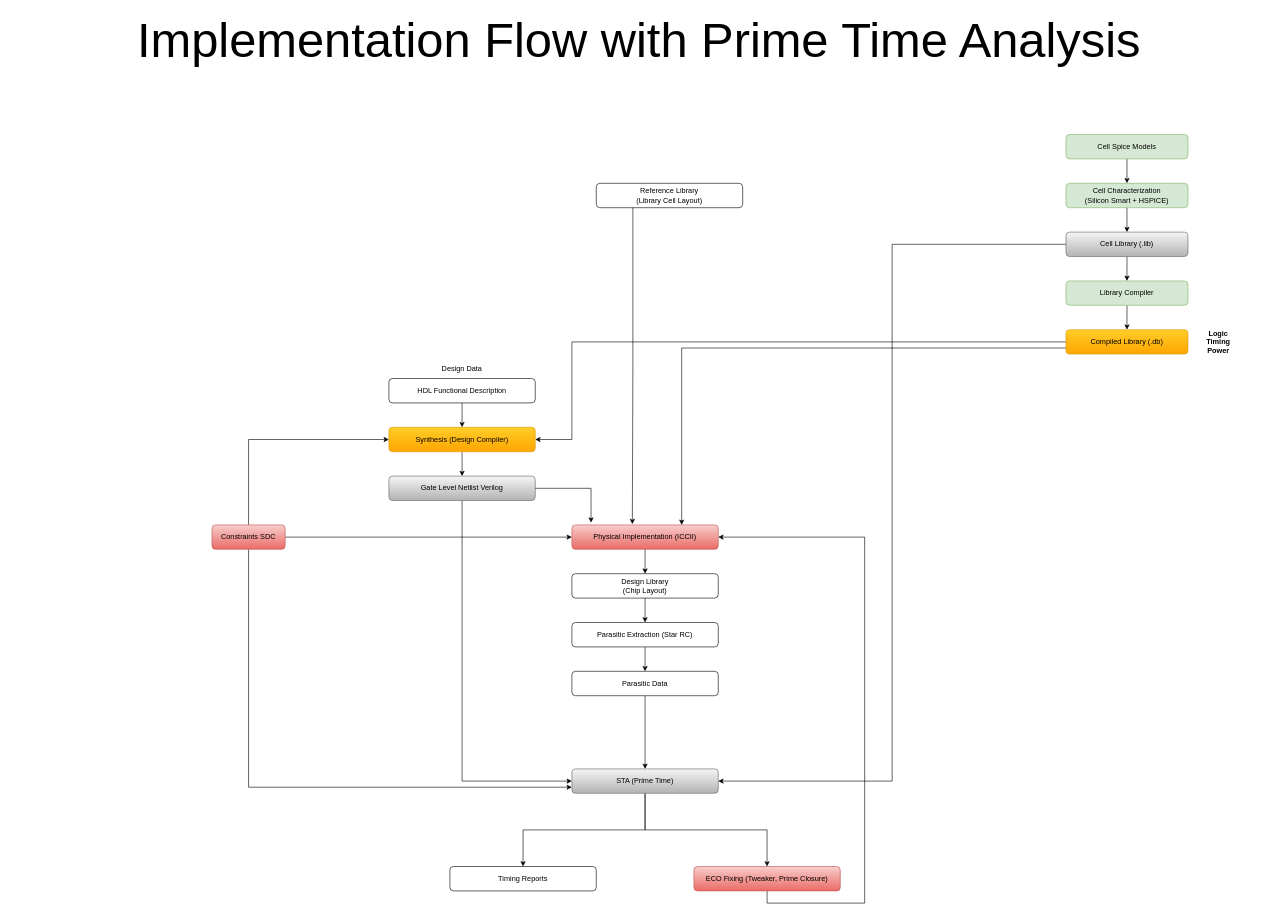
Earlier version of the draw.io diagram Implementation Flow with Prime Time Analysis.drawio (T-Maharshi-Sanand-Yadav/draw.io). Source tidied: cells renumbered, new cells numbered last; positions are measured from the earlier drawing's top-left corner, leaving out a move shared by most shapes. Both pictures are drawn from the tidied source at 61%, with x=0, y=0 at pixel (10, 30).
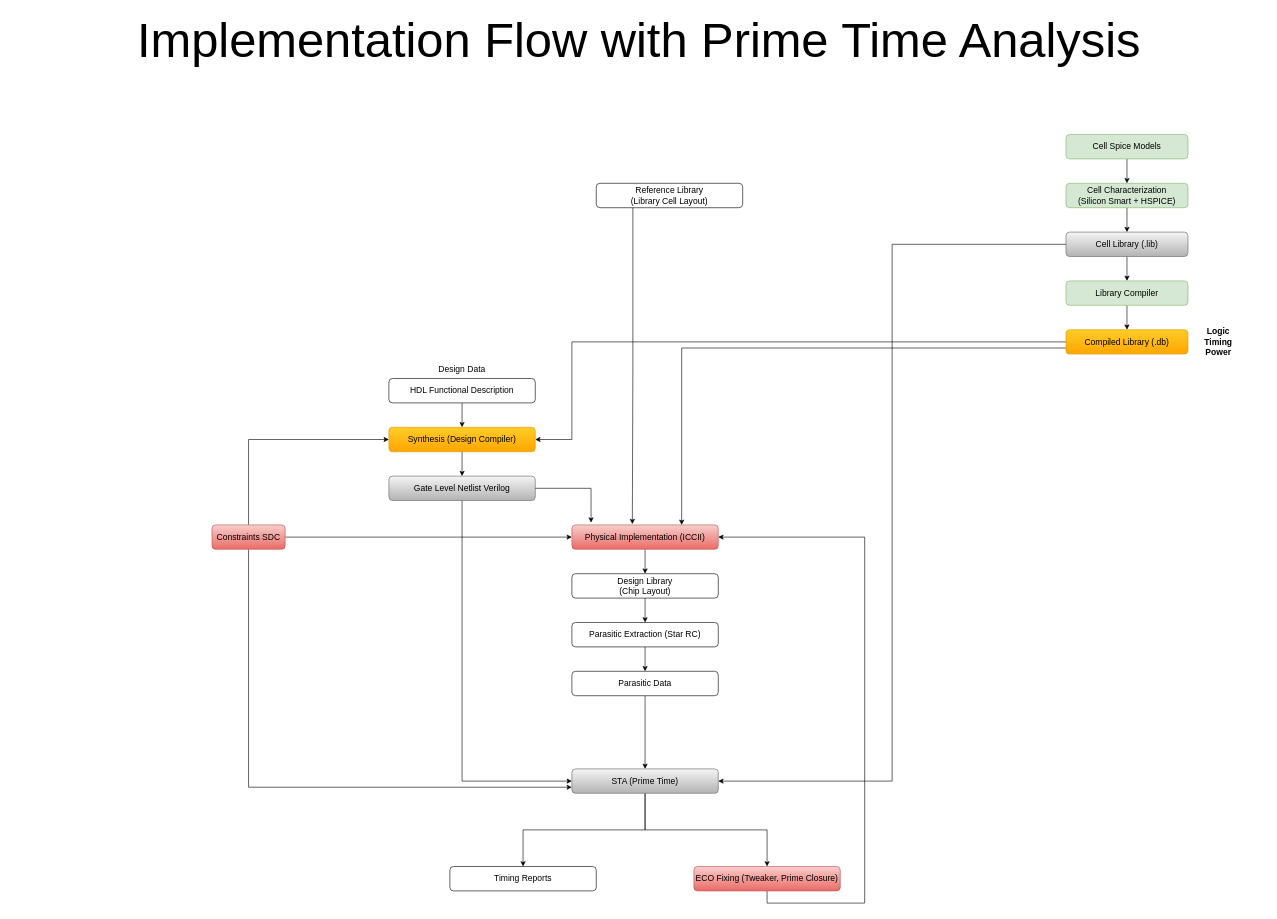
Above is the later version.

Change to the diagram source:
```diff
@@
-    <mxCell id="2" style="edgeStyle=orthogonalEdgeStyle;rounded=0;jettySize=auto;html=1;exitX=0.5;exitY=1;exitDx=0;exitDy=0;entryX=0.5;entryY=0;entryDx=0;entryDy=0;" parent="1" edge="1" source="3" target="6">
+    <mxCell id="2" style="edgeStyle=orthogonalEdgeStyle;rounded=0;jettySize=auto;html=1;exitX=0.5;exitY=1;exitDx=0;exitDy=0;entryX=0.5;entryY=0;entryDx=0;entryDy=0;fontSize=14;" parent="1" edge="1" source="3" target="6">
       <mxGeometry relative="1" as="geometry" />
     </mxCell>
-    <mxCell id="3" value="HDL Functional Description" style="rounded=1;whiteSpace=wrap;html=1;" parent="1" vertex="1">
+    <mxCell id="3" value="HDL Functional Description" style="rounded=1;whiteSpace=wrap;html=1;fontSize=14;" parent="1" vertex="1">
       <mxGeometry x="620" y="570" width="240" height="40" as="geometry" />
     </mxCell>
-    <mxCell id="4" value="Design Data" style="text;html=1;whiteSpace=wrap;strokeColor=none;fillColor=none;align=center;verticalAlign=middle;rounded=0;" parent="1" vertex="1">
+    <mxCell id="4" value="Design Data" style="text;html=1;whiteSpace=wrap;strokeColor=none;fillColor=none;align=center;verticalAlign=middle;rounded=0;fontSize=14;" parent="1" vertex="1">
       <mxGeometry x="680" y="540" width="120" height="30" as="geometry" />
     </mxCell>
-    <mxCell id="5" style="edgeStyle=orthogonalEdgeStyle;rounded=0;jettySize=auto;html=1;exitX=0.5;exitY=1;exitDx=0;exitDy=0;entryX=0.5;entryY=0;entryDx=0;entryDy=0;" parent="1" edge="1" source="6" target="8">
+    <mxCell id="5" style="edgeStyle=orthogonalEdgeStyle;rounded=0;jettySize=auto;html=1;exitX=0.5;exitY=1;exitDx=0;exitDy=0;entryX=0.5;entryY=0;entryDx=0;entryDy=0;fontSize=14;" parent="1" edge="1" source="6" target="8">
       <mxGeometry relative="1" as="geometry" />
     </mxCell>
-    <mxCell id="6" value="Synthesis (Design Compiler)" style="rounded=1;whiteSpace=wrap;html=1;fillColor=#ffcd28;gradientColor=#ffa500;strokeColor=#d79b00;" parent="1" vertex="1">
+    <mxCell id="6" value="Synthesis (Design Compiler)" style="rounded=1;whiteSpace=wrap;html=1;fillColor=#ffcd28;gradientColor=#ffa500;strokeColor=#d79b00;fontSize=14;" parent="1" vertex="1">
       <mxGeometry x="620" y="650" width="240" height="40" as="geometry" />
     </mxCell>
-    <mxCell id="7" style="edgeStyle=orthogonalEdgeStyle;rounded=0;jettySize=auto;html=1;exitX=0.5;exitY=1;exitDx=0;exitDy=0;entryX=0;entryY=0.5;entryDx=0;entryDy=0;" parent="1" edge="1" source="8" target="24">
+    <mxCell id="7" style="edgeStyle=orthogonalEdgeStyle;rounded=0;jettySize=auto;html=1;exitX=0.5;exitY=1;exitDx=0;exitDy=0;entryX=0;entryY=0.5;entryDx=0;entryDy=0;fontSize=14;" parent="1" edge="1" source="8" target="24">
       <mxGeometry relative="1" as="geometry" />
     </mxCell>
-    <mxCell id="8" value="Gate Level Netlist Verilog" style="rounded=1;whiteSpace=wrap;html=1;fillColor=#f5f5f5;gradientColor=#b3b3b3;strokeColor=#666666;" parent="1" vertex="1">
+    <mxCell id="8" value="Gate Level Netlist Verilog" style="rounded=1;whiteSpace=wrap;html=1;fillColor=#f5f5f5;gradientColor=#b3b3b3;strokeColor=#666666;fontSize=14;" parent="1" vertex="1">
       <mxGeometry x="620" y="730" width="240" height="40" as="geometry" />
     </mxCell>
-    <mxCell id="9" style="edgeStyle=orthogonalEdgeStyle;rounded=0;jettySize=auto;html=1;exitX=0.5;exitY=1;exitDx=0;exitDy=0;entryX=0;entryY=0.75;entryDx=0;entryDy=0;" parent="1" edge="1" source="12" target="24">
+    <mxCell id="9" style="edgeStyle=orthogonalEdgeStyle;rounded=0;jettySize=auto;html=1;exitX=0.5;exitY=1;exitDx=0;exitDy=0;entryX=0;entryY=0.75;entryDx=0;entryDy=0;fontSize=14;" parent="1" edge="1" source="12" target="24">
       <mxGeometry relative="1" as="geometry" />
     </mxCell>
-    <mxCell id="10" style="edgeStyle=orthogonalEdgeStyle;rounded=0;jettySize=auto;html=1;exitX=0.5;exitY=0;exitDx=0;exitDy=0;entryX=0;entryY=0.5;entryDx=0;entryDy=0;" parent="1" edge="1" source="12" target="6">
+    <mxCell id="10" style="edgeStyle=orthogonalEdgeStyle;rounded=0;jettySize=auto;html=1;exitX=0.5;exitY=0;exitDx=0;exitDy=0;entryX=0;entryY=0.5;entryDx=0;entryDy=0;fontSize=14;" parent="1" edge="1" source="12" target="6">
       <mxGeometry relative="1" as="geometry" />
     </mxCell>
-    <mxCell id="11" style="edgeStyle=orthogonalEdgeStyle;rounded=0;jettySize=auto;html=1;exitX=1;exitY=0.5;exitDx=0;exitDy=0;entryX=0;entryY=0.5;entryDx=0;entryDy=0;" parent="1" edge="1" source="12" target="15">
+    <mxCell id="11" style="edgeStyle=orthogonalEdgeStyle;rounded=0;jettySize=auto;html=1;exitX=1;exitY=0.5;exitDx=0;exitDy=0;entryX=0;entryY=0.5;entryDx=0;entryDy=0;fontSize=14;" parent="1" edge="1" source="12" target="15">
       <mxGeometry relative="1" as="geometry" />
     </mxCell>
-    <mxCell id="12" value="Constraints SDC" style="rounded=1;whiteSpace=wrap;html=1;fillColor=#f8cecc;gradientColor=#ea6b66;strokeColor=#b85450;" parent="1" vertex="1">
+    <mxCell id="12" value="Constraints SDC" style="rounded=1;whiteSpace=wrap;html=1;fillColor=#f8cecc;gradientColor=#ea6b66;strokeColor=#b85450;fontSize=14;" parent="1" vertex="1">
       <mxGeometry x="330" y="810" width="120" height="40" as="geometry" />
     </mxCell>
-    <mxCell id="13" value="Reference Library&lt;div&gt;(Library Cell Layout)&lt;/div&gt;" style="rounded=1;whiteSpace=wrap;html=1;" parent="1" vertex="1">
+    <mxCell id="13" value="Reference Library&lt;div&gt;(Library Cell Layout)&lt;/div&gt;" style="rounded=1;whiteSpace=wrap;html=1;fontSize=14;" parent="1" vertex="1">
       <mxGeometry x="960" y="250" width="240" height="40" as="geometry" />
     </mxCell>
-    <mxCell id="14" style="edgeStyle=orthogonalEdgeStyle;rounded=0;jettySize=auto;html=1;" parent="1" edge="1" source="15" target="17">
+    <mxCell id="14" style="edgeStyle=orthogonalEdgeStyle;rounded=0;jettySize=auto;html=1;fontSize=14;" parent="1" edge="1" source="15" target="17">
       <mxGeometry relative="1" as="geometry" />
     </mxCell>
-    <mxCell id="15" value="Physical Implementation (ICCII)" style="rounded=1;whiteSpace=wrap;html=1;fillColor=#f8cecc;strokeColor=#b85450;gradientColor=#ea6b66;" parent="1" vertex="1">
+    <mxCell id="15" value="Physical Implementation (ICCII)" style="rounded=1;whiteSpace=wrap;html=1;fillColor=#f8cecc;strokeColor=#b85450;gradientColor=#ea6b66;fontSize=14;" parent="1" vertex="1">
       <mxGeometry x="920" y="810" width="240" height="40" as="geometry" />
     </mxCell>
-    <mxCell id="16" style="edgeStyle=orthogonalEdgeStyle;rounded=0;jettySize=auto;html=1;" parent="1" edge="1" source="17" target="19">
+    <mxCell id="16" style="edgeStyle=orthogonalEdgeStyle;rounded=0;jettySize=auto;html=1;fontSize=14;" parent="1" edge="1" source="17" target="19">
       <mxGeometry relative="1" as="geometry" />
     </mxCell>
-    <mxCell id="17" value="Design Library&lt;div&gt;(Chip Layout)&lt;/div&gt;" style="rounded=1;whiteSpace=wrap;html=1;" parent="1" vertex="1">
+    <mxCell id="17" value="Design Library&lt;div&gt;(Chip Layout)&lt;/div&gt;" style="rounded=1;whiteSpace=wrap;html=1;fontSize=14;" parent="1" vertex="1">
       <mxGeometry x="920" y="890" width="240" height="40" as="geometry" />
     </mxCell>
-    <mxCell id="18" style="edgeStyle=orthogonalEdgeStyle;rounded=0;jettySize=auto;html=1;" parent="1" edge="1" source="19" target="21">
+    <mxCell id="18" style="edgeStyle=orthogonalEdgeStyle;rounded=0;jettySize=auto;html=1;fontSize=14;" parent="1" edge="1" source="19" target="21">
       <mxGeometry relative="1" as="geometry" />
     </mxCell>
-    <mxCell id="19" value="Parasitic Extraction (Star RC)" style="rounded=1;whiteSpace=wrap;html=1;" parent="1" vertex="1">
+    <mxCell id="19" value="Parasitic Extraction (Star RC)" style="rounded=1;whiteSpace=wrap;html=1;fontSize=14;" parent="1" vertex="1">
       <mxGeometry x="920" y="970" width="240" height="40" as="geometry" />
     </mxCell>
-    <mxCell id="20" style="edgeStyle=orthogonalEdgeStyle;rounded=0;jettySize=auto;html=1;exitX=0.5;exitY=1;exitDx=0;exitDy=0;entryX=0.5;entryY=0;entryDx=0;entryDy=0;" parent="1" edge="1" source="21" target="24">
+    <mxCell id="20" style="edgeStyle=orthogonalEdgeStyle;rounded=0;jettySize=auto;html=1;exitX=0.5;exitY=1;exitDx=0;exitDy=0;entryX=0.5;entryY=0;entryDx=0;entryDy=0;fontSize=14;" parent="1" edge="1" source="21" target="24">
       <mxGeometry relative="1" as="geometry" />
     </mxCell>
-    <mxCell id="21" value="Parasitic Data" style="rounded=1;whiteSpace=wrap;html=1;" parent="1" vertex="1">
+    <mxCell id="21" value="Parasitic Data" style="rounded=1;whiteSpace=wrap;html=1;fontSize=14;" parent="1" vertex="1">
       <mxGeometry x="920" y="1050" width="240" height="40" as="geometry" />
     </mxCell>
-    <mxCell id="22" style="edgeStyle=orthogonalEdgeStyle;rounded=0;jettySize=auto;html=1;exitX=0.5;exitY=1;exitDx=0;exitDy=0;entryX=0.5;entryY=0;entryDx=0;entryDy=0;" parent="1" edge="1" source="24" target="38">
+    <mxCell id="22" style="edgeStyle=orthogonalEdgeStyle;rounded=0;jettySize=auto;html=1;exitX=0.5;exitY=1;exitDx=0;exitDy=0;entryX=0.5;entryY=0;entryDx=0;entryDy=0;fontSize=14;" parent="1" edge="1" source="24" target="38">
       <mxGeometry relative="1" as="geometry" />
     </mxCell>
-    <mxCell id="23" style="edgeStyle=orthogonalEdgeStyle;rounded=0;jettySize=auto;html=1;exitX=0.5;exitY=1;exitDx=0;exitDy=0;entryX=0.5;entryY=0;entryDx=0;entryDy=0;" parent="1" edge="1" source="24" target="40">
+    <mxCell id="23" style="edgeStyle=orthogonalEdgeStyle;rounded=0;jettySize=auto;html=1;exitX=0.5;exitY=1;exitDx=0;exitDy=0;entryX=0.5;entryY=0;entryDx=0;entryDy=0;fontSize=14;" parent="1" edge="1" source="24" target="40">
       <mxGeometry relative="1" as="geometry" />
     </mxCell>
-    <mxCell id="24" value="STA (Prime Time)" style="rounded=1;whiteSpace=wrap;html=1;fillColor=#f5f5f5;gradientColor=#b3b3b3;strokeColor=#666666;" parent="1" vertex="1">
+    <mxCell id="24" value="STA (Prime Time)" style="rounded=1;whiteSpace=wrap;html=1;fillColor=#f5f5f5;gradientColor=#b3b3b3;strokeColor=#666666;fontSize=14;" parent="1" vertex="1">
       <mxGeometry x="920" y="1210" width="240" height="40" as="geometry" />
     </mxCell>
-    <mxCell id="25" style="edgeStyle=orthogonalEdgeStyle;rounded=0;jettySize=auto;html=1;exitX=0;exitY=0.5;exitDx=0;exitDy=0;entryX=1;entryY=0.5;entryDx=0;entryDy=0;" parent="1" edge="1" source="27" target="6">
+    <mxCell id="25" style="edgeStyle=orthogonalEdgeStyle;rounded=0;jettySize=auto;html=1;exitX=0;exitY=0.5;exitDx=0;exitDy=0;entryX=1;entryY=0.5;entryDx=0;entryDy=0;fontSize=14;" parent="1" edge="1" source="27" target="6">
       <mxGeometry relative="1" as="geometry">
         <Array as="points">
           <mxPoint x="920" y="510" />
           <mxPoint x="920" y="670" />
         </Array>
       </mxGeometry>
     </mxCell>
-    <mxCell id="26" style="edgeStyle=orthogonalEdgeStyle;rounded=0;jettySize=auto;html=1;exitX=0;exitY=0.75;exitDx=0;exitDy=0;entryX=0.75;entryY=0;entryDx=0;entryDy=0;" parent="1" edge="1" source="27" target="15">
+    <mxCell id="26" style="edgeStyle=orthogonalEdgeStyle;rounded=0;jettySize=auto;html=1;exitX=0;exitY=0.75;exitDx=0;exitDy=0;entryX=0.75;entryY=0;entryDx=0;entryDy=0;fontSize=14;" parent="1" edge="1" source="27" target="15">
       <mxGeometry relative="1" as="geometry">
         <Array as="points">
           <mxPoint x="1100" y="520" />
         </Array>
       </mxGeometry>
     </mxCell>
-    <mxCell id="27" value="Compiled Library (.db)" style="rounded=1;whiteSpace=wrap;html=1;fillColor=#ffcd28;strokeColor=#d79b00;gradientColor=#ffa500;" parent="1" vertex="1">
+    <mxCell id="27" value="Compiled Library (.db)" style="rounded=1;whiteSpace=wrap;html=1;fillColor=#ffcd28;strokeColor=#d79b00;gradientColor=#ffa500;fontSize=14;" parent="1" vertex="1">
       <mxGeometry x="1730" y="490" width="200" height="40" as="geometry" />
     </mxCell>
-    <mxCell id="28" style="edgeStyle=orthogonalEdgeStyle;rounded=0;jettySize=auto;html=1;entryX=0.5;entryY=0;entryDx=0;entryDy=0;" parent="1" edge="1" source="29" target="31">
+    <mxCell id="28" style="edgeStyle=orthogonalEdgeStyle;rounded=0;jettySize=auto;html=1;entryX=0.5;entryY=0;entryDx=0;entryDy=0;fontSize=14;" parent="1" edge="1" source="29" target="31">
       <mxGeometry relative="1" as="geometry" />
     </mxCell>
-    <mxCell id="29" value="Cell Spice Models" style="rounded=1;whiteSpace=wrap;html=1;fillColor=#d5e8d4;strokeColor=#82b366;" parent="1" vertex="1">
+    <mxCell id="29" value="Cell Spice Models" style="rounded=1;whiteSpace=wrap;html=1;fillColor=#d5e8d4;strokeColor=#82b366;fontSize=14;" parent="1" vertex="1">
       <mxGeometry x="1730" y="170" width="200" height="40" as="geometry" />
     </mxCell>
-    <mxCell id="30" style="edgeStyle=orthogonalEdgeStyle;rounded=0;jettySize=auto;html=1;" parent="1" edge="1" source="31" target="34">
+    <mxCell id="30" style="edgeStyle=orthogonalEdgeStyle;rounded=0;jettySize=auto;html=1;fontSize=14;" parent="1" edge="1" source="31" target="34">
       <mxGeometry relative="1" as="geometry" />
     </mxCell>
-    <mxCell id="31" value="Cell Characterization&lt;div&gt;(Silicon Smart + HSPICE)&lt;/div&gt;" style="rounded=1;whiteSpace=wrap;html=1;fillColor=#d5e8d4;strokeColor=#82b366;" parent="1" vertex="1">
+    <mxCell id="31" value="Cell Characterization&lt;div&gt;(Silicon Smart + HSPICE)&lt;/div&gt;" style="rounded=1;whiteSpace=wrap;html=1;fillColor=#d5e8d4;strokeColor=#82b366;fontSize=14;" parent="1" vertex="1">
       <mxGeometry x="1730" y="250" width="200" height="40" as="geometry" />
     </mxCell>
-    <mxCell id="32" style="edgeStyle=orthogonalEdgeStyle;rounded=0;jettySize=auto;html=1;" parent="1" edge="1" source="34" target="36">
+    <mxCell id="32" style="edgeStyle=orthogonalEdgeStyle;rounded=0;jettySize=auto;html=1;fontSize=14;" parent="1" edge="1" source="34" target="36">
       <mxGeometry relative="1" as="geometry" />
     </mxCell>
-    <mxCell id="33" style="edgeStyle=orthogonalEdgeStyle;rounded=0;jettySize=auto;html=1;exitX=0;exitY=0.5;exitDx=0;exitDy=0;entryX=1;entryY=0.5;entryDx=0;entryDy=0;" parent="1" edge="1" source="34" target="24">
+    <mxCell id="33" style="edgeStyle=orthogonalEdgeStyle;rounded=0;jettySize=auto;html=1;exitX=0;exitY=0.5;exitDx=0;exitDy=0;entryX=1;entryY=0.5;entryDx=0;entryDy=0;fontSize=14;" parent="1" edge="1" source="34" target="24">
       <mxGeometry relative="1" as="geometry" />
     </mxCell>
-    <mxCell id="34" value="Cell Library (&lt;span style=&quot;background-color: transparent; color: light-dark(rgb(0, 0, 0), rgb(255, 255, 255));&quot;&gt;.lib)&lt;/span&gt;" style="rounded=1;whiteSpace=wrap;html=1;fillColor=#f5f5f5;strokeColor=#666666;gradientColor=#b3b3b3;" parent="1" vertex="1">
+    <mxCell id="34" value="Cell Library (&lt;span style=&quot;background-color: transparent; color: light-dark(rgb(0, 0, 0), rgb(255, 255, 255));&quot;&gt;.lib)&lt;/span&gt;" style="rounded=1;whiteSpace=wrap;html=1;fillColor=#f5f5f5;strokeColor=#666666;gradientColor=#b3b3b3;fontSize=14;" parent="1" vertex="1">
       <mxGeometry x="1730" y="330" width="200" height="40" as="geometry" />
     </mxCell>
-    <mxCell id="35" style="edgeStyle=orthogonalEdgeStyle;rounded=0;jettySize=auto;html=1;" parent="1" edge="1" source="36" target="27">
+    <mxCell id="35" style="edgeStyle=orthogonalEdgeStyle;rounded=0;jettySize=auto;html=1;fontSize=14;" parent="1" edge="1" source="36" target="27">
       <mxGeometry relative="1" as="geometry" />
     </mxCell>
-    <mxCell id="36" value="Library Compiler" style="rounded=1;whiteSpace=wrap;html=1;fillColor=#d5e8d4;strokeColor=#82b366;" parent="1" vertex="1">
+    <mxCell id="36" value="Library Compiler" style="rounded=1;whiteSpace=wrap;html=1;fillColor=#d5e8d4;strokeColor=#82b366;fontSize=14;" parent="1" vertex="1">
       <mxGeometry x="1730" y="410" width="200" height="40" as="geometry" />
     </mxCell>
-    <mxCell id="37" value="&lt;b&gt;Logic&lt;/b&gt;&lt;div&gt;&lt;b&gt;Timing&lt;/b&gt;&lt;/div&gt;&lt;div&gt;&lt;b&gt;Power&lt;/b&gt;&lt;/div&gt;" style="text;html=1;whiteSpace=wrap;strokeColor=none;fillColor=none;align=center;verticalAlign=middle;rounded=0;" parent="1" vertex="1">
+    <mxCell id="37" value="&lt;b&gt;Logic&lt;/b&gt;&lt;div&gt;&lt;b&gt;Timing&lt;/b&gt;&lt;/div&gt;&lt;div&gt;&lt;b&gt;Power&lt;/b&gt;&lt;/div&gt;" style="text;html=1;whiteSpace=wrap;strokeColor=none;fillColor=none;align=center;verticalAlign=middle;rounded=0;fontSize=14;" parent="1" vertex="1">
       <mxGeometry x="1930" y="490" width="100" height="40" as="geometry" />
     </mxCell>
-    <mxCell id="38" value="Timing Reports" style="rounded=1;whiteSpace=wrap;html=1;" parent="1" vertex="1">
+    <mxCell id="38" value="Timing Reports" style="rounded=1;whiteSpace=wrap;html=1;fontSize=14;" parent="1" vertex="1">
       <mxGeometry x="720" y="1370" width="240" height="40" as="geometry" />
     </mxCell>
-    <mxCell id="39" style="edgeStyle=orthogonalEdgeStyle;rounded=0;jettySize=auto;html=1;exitX=0.5;exitY=1;exitDx=0;exitDy=0;entryX=1;entryY=0.5;entryDx=0;entryDy=0;" parent="1" edge="1" source="40" target="15">
+    <mxCell id="39" style="edgeStyle=orthogonalEdgeStyle;rounded=0;jettySize=auto;html=1;exitX=0.5;exitY=1;exitDx=0;exitDy=0;entryX=1;entryY=0.5;entryDx=0;entryDy=0;fontSize=14;" parent="1" edge="1" source="40" target="15">
       <mxGeometry relative="1" as="geometry">
         <Array as="points">
           <mxPoint x="1240" y="1430" />
           <mxPoint x="1400" y="1430" />
           <mxPoint x="1400" y="830" />
         </Array>
       </mxGeometry>
     </mxCell>
-    <mxCell id="40" value="ECO Fixing (Tweaker, Prime Closure)" style="rounded=1;whiteSpace=wrap;html=1;fillColor=#f8cecc;strokeColor=#b85450;gradientColor=#ea6b66;" parent="1" vertex="1">
+    <mxCell id="40" value="ECO Fixing (Tweaker, Prime Closure)" style="rounded=1;whiteSpace=wrap;html=1;fillColor=#f8cecc;strokeColor=#b85450;gradientColor=#ea6b66;fontSize=14;" parent="1" vertex="1">
       <mxGeometry x="1120" y="1370" width="240" height="40" as="geometry" />
     </mxCell>
-    <mxCell id="41" style="edgeStyle=orthogonalEdgeStyle;rounded=0;jettySize=auto;html=1;exitX=1;exitY=0.5;exitDx=0;exitDy=0;entryX=0.131;entryY=-0.094;entryDx=0;entryDy=0;entryPerimeter=0;" parent="1" edge="1" source="8" target="15">
+    <mxCell id="41" style="edgeStyle=orthogonalEdgeStyle;rounded=0;jettySize=auto;html=1;exitX=1;exitY=0.5;exitDx=0;exitDy=0;entryX=0.131;entryY=-0.094;entryDx=0;entryDy=0;entryPerimeter=0;fontSize=14;" parent="1" edge="1" source="8" target="15">
       <mxGeometry relative="1" as="geometry" />
     </mxCell>
-    <mxCell id="42" style="edgeStyle=orthogonalEdgeStyle;rounded=0;jettySize=auto;html=1;exitX=0.25;exitY=1;exitDx=0;exitDy=0;entryX=0.413;entryY=-0.033;entryDx=0;entryDy=0;entryPerimeter=0;" parent="1" edge="1" source="13" target="15">
+    <mxCell id="42" style="edgeStyle=orthogonalEdgeStyle;rounded=0;jettySize=auto;html=1;exitX=0.25;exitY=1;exitDx=0;exitDy=0;entryX=0.413;entryY=-0.033;entryDx=0;entryDy=0;entryPerimeter=0;fontSize=14;" parent="1" edge="1" source="13" target="15">
       <mxGeometry relative="1" as="geometry" />
     </mxCell>
```
